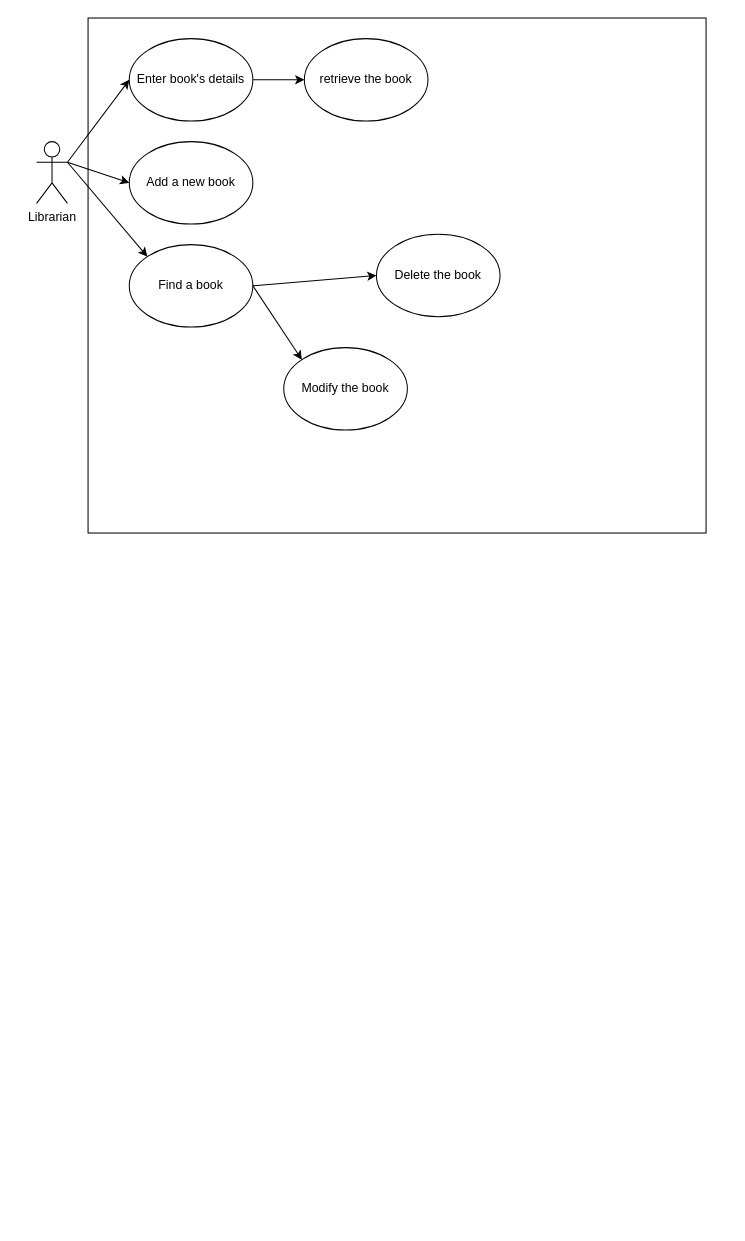
This is week7/drawio/Untitled Diagram.drawio from RomanDom88/solent2Public, a draw.io file, before an edit. Source tidied: cells renumbered, new cells numbered last; positions are measured from the earlier drawing's top-left corner, leaving out a move shared by most shapes. Both pictures are drawn from the tidied source at 103%, with x=0, y=0 at pixel (36, 18).
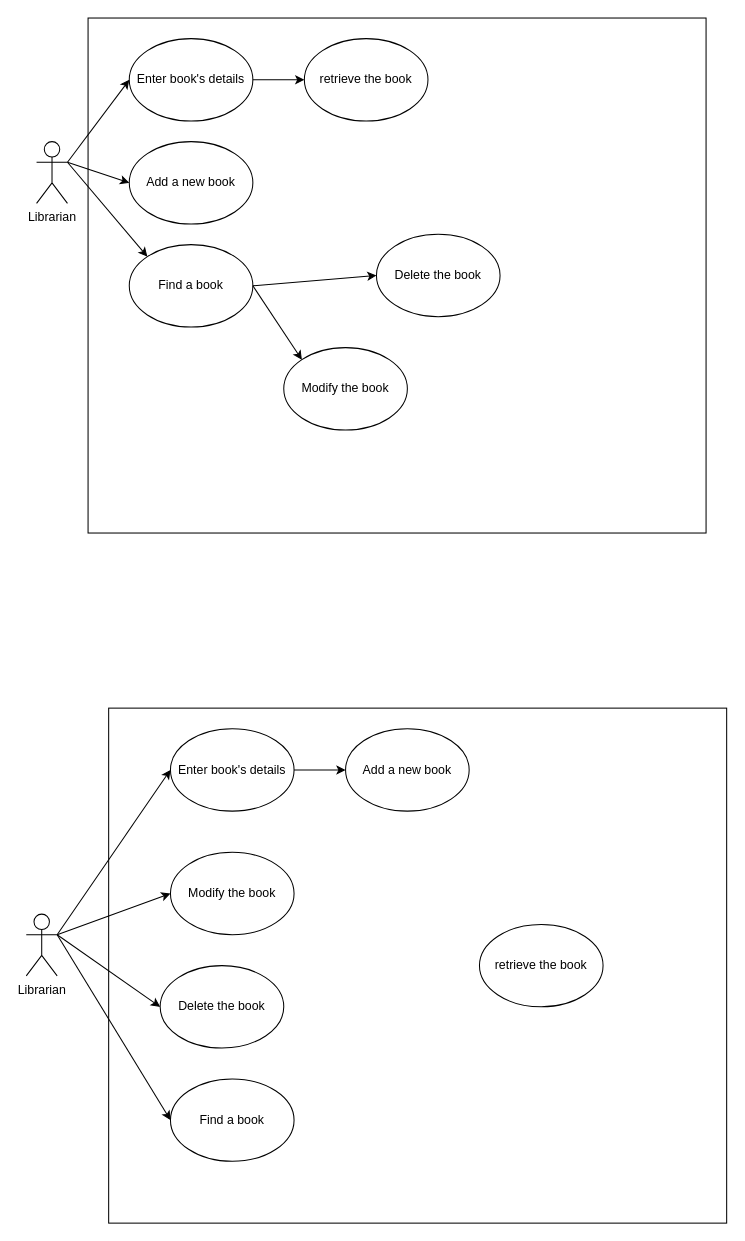
Above is the later version.

Commit message:
use case 2.drawio

Change to the diagram source:
```diff
@@
+    <mxCell id="16" value="Librarian" style="shape=umlActor;verticalLabelPosition=bottom;verticalAlign=top;html=1;outlineConnect=0;" parent="1" vertex="1">
+      <mxGeometry x="-10" y="870" width="30" height="60" as="geometry" />
+    </mxCell>
+    <mxCell id="17" style="rounded=0;whiteSpace=wrap;html=1;" parent="1" vertex="1">
+      <mxGeometry x="70" y="670" width="600" height="500" as="geometry" />
+    </mxCell>
+    <mxCell id="18" value="Enter book's details" style="ellipse;whiteSpace=wrap;html=1;" parent="1" vertex="1">
+      <mxGeometry x="130" y="690" width="120" height="80" as="geometry" />
+    </mxCell>
+    <mxCell id="19" value="retrieve the book" style="ellipse;whiteSpace=wrap;html=1;" parent="1" vertex="1">
+      <mxGeometry x="430" y="880" width="120" height="80" as="geometry" />
+    </mxCell>
+    <mxCell id="20" value="Add a new book" style="ellipse;whiteSpace=wrap;html=1;" parent="1" vertex="1">
+      <mxGeometry x="300" y="690" width="120" height="80" as="geometry" />
+    </mxCell>
+    <mxCell id="21" value="Find a book" style="ellipse;whiteSpace=wrap;html=1;" parent="1" vertex="1">
+      <mxGeometry x="130" y="1030" width="120" height="80" as="geometry" />
+    </mxCell>
+    <mxCell id="22" value="Delete the book" style="ellipse;whiteSpace=wrap;html=1;" parent="1" vertex="1">
+      <mxGeometry x="120" y="920" width="120" height="80" as="geometry" />
+    </mxCell>
+    <mxCell id="23" value="Modify the book" style="ellipse;whiteSpace=wrap;html=1;" parent="1" vertex="1">
+      <mxGeometry x="130" y="810" width="120" height="80" as="geometry" />
+    </mxCell>
+    <mxCell id="24" style="endArrow=classic;html=1;exitX=1;exitY=0.3333333333333333;exitDx=0;exitDy=0;entryX=0;entryY=0.5;entryDx=0;entryDy=0;exitPerimeter=0;" parent="1" edge="1" source="16" target="22">
+      <mxGeometry relative="1" as="geometry" />
+    </mxCell>
+    <mxCell id="25" style="endArrow=classic;html=1;entryX=0;entryY=0.5;entryDx=0;entryDy=0;exitX=1;exitY=0.3333333333333333;exitDx=0;exitDy=0;exitPerimeter=0;" parent="1" edge="1" source="16" target="23">
+      <mxGeometry relative="1" as="geometry" />
+    </mxCell>
+    <mxCell id="26" style="endArrow=classic;html=1;entryX=0;entryY=0.5;entryDx=0;entryDy=0;" parent="1" edge="1" target="18">
+      <mxGeometry relative="1" as="geometry">
+        <mxPoint x="20" y="890" as="sourcePoint" />
+      </mxGeometry>
+    </mxCell>
+    <mxCell id="27" style="endArrow=classic;html=1;exitX=1;exitY=0.5;exitDx=0;exitDy=0;entryX=0;entryY=0.5;entryDx=0;entryDy=0;" parent="1" edge="1" source="18" target="20">
+      <mxGeometry relative="1" as="geometry" />
+    </mxCell>
+    <mxCell id="28" style="endArrow=classic;html=1;exitX=1;exitY=0.3333333333333333;exitDx=0;exitDy=0;entryX=0;entryY=0.5;entryDx=0;entryDy=0;exitPerimeter=0;" parent="1" edge="1" source="16" target="21">
+      <mxGeometry relative="1" as="geometry" />
+    </mxCell>
```
